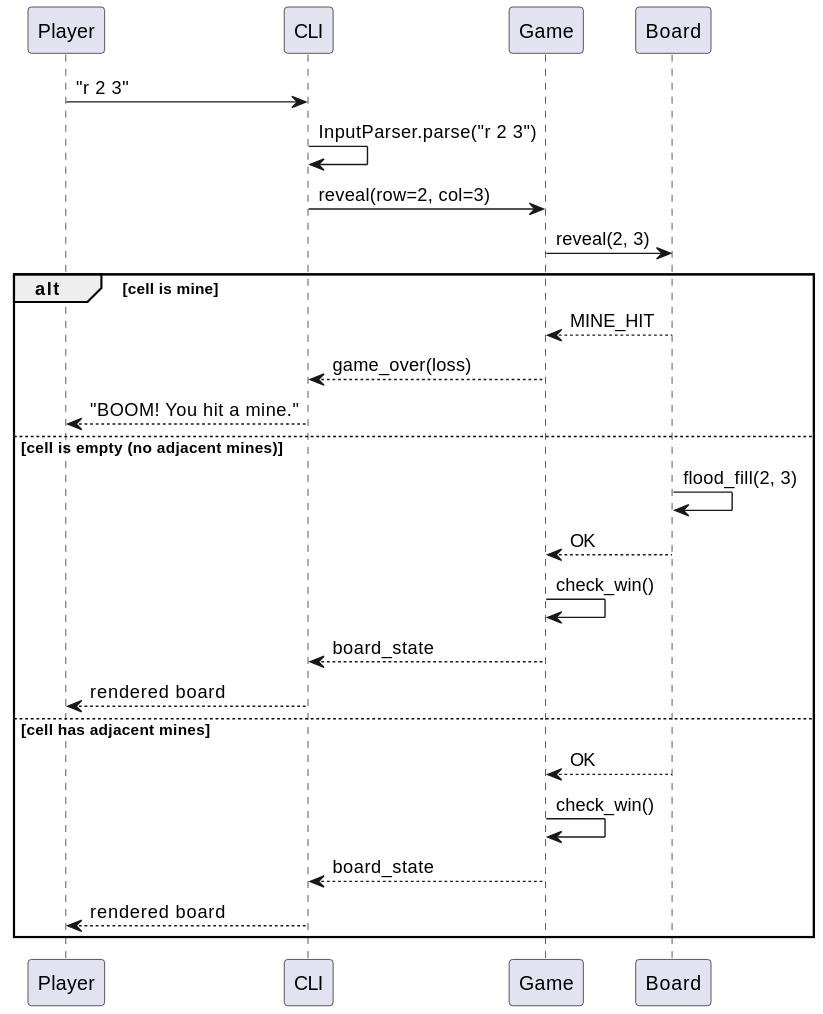
Above: docs/architecture/diagrams/seq-reveal-cell.svg in ktzjana/sdp-powered-by-ai-agents-jana-petrovic (PlantUML), before the change.
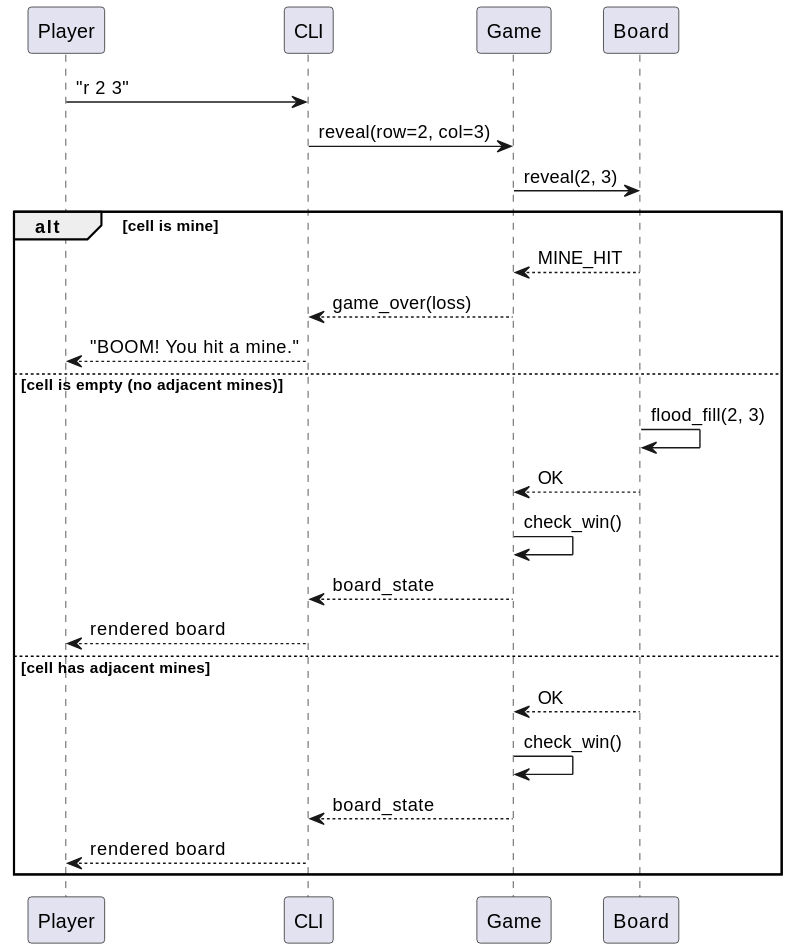
The same file after the commit.

Change to the diagram source:
```diff
@@ -5,7 +5,6 @@
 participant Board
 
 Player -> CLI : "r 2 3"
-CLI -> CLI : InputParser.parse("r 2 3")
 CLI -> Game : reveal(row=2, col=3)
 Game -> Board : reveal(2, 3)
 alt cell is mine
```
